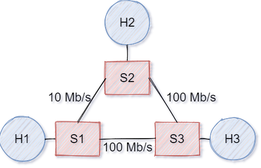
The draw.io diagram experiment_2/img/2021-01-06 task4-2.png in xxionhong/network_slice, before a commit. Source tidied: cells renumbered, new cells last; positions are measured from the earlier drawing's top-left corner, leaving out a move shared by most shapes. Its diagram source:
```xml
<mxGraphModel shadow="1">
  <root>
    <mxCell id="0" />
    <mxCell id="1" parent="0" />
    <mxCell id="2" value="H1" style="ellipse;whiteSpace=wrap;html=1;fontSize=22;shadow=0;sketch=1;fillColor=#dae8fc;strokeColor=#6c8ebf;" parent="1" vertex="1">
      <mxGeometry y="210" width="80" height="80" as="geometry" />
    </mxCell>
    <mxCell id="3" value="H2" style="ellipse;whiteSpace=wrap;html=1;fontSize=22;shadow=0;sketch=1;fillColor=#dae8fc;strokeColor=#6c8ebf;" parent="1" vertex="1">
      <mxGeometry x="190" width="80" height="80" as="geometry" />
    </mxCell>
    <mxCell id="4" value="S3" style="rounded=0;whiteSpace=wrap;html=1;fontSize=22;shadow=0;sketch=1;fillColor=#f8cecc;strokeColor=#b85450;" parent="1" vertex="1">
      <mxGeometry x="280" y="220" width="80" height="60" as="geometry" />
    </mxCell>
    <mxCell id="5" value="S1" style="rounded=0;whiteSpace=wrap;html=1;fontSize=22;shadow=0;sketch=1;fillColor=#f8cecc;strokeColor=#b85450;" parent="1" vertex="1">
      <mxGeometry x="100" y="220" width="80" height="60" as="geometry" />
    </mxCell>
    <mxCell id="6" value="S2" style="rounded=0;whiteSpace=wrap;html=1;fontSize=22;shadow=0;sketch=1;fillColor=#f8cecc;strokeColor=#b85450;" parent="1" vertex="1">
      <mxGeometry x="190" y="110" width="80" height="60" as="geometry" />
    </mxCell>
    <mxCell id="7" value="H3" style="ellipse;whiteSpace=wrap;html=1;fontSize=22;shadow=0;sketch=1;fillColor=#dae8fc;strokeColor=#6c8ebf;" parent="1" vertex="1">
      <mxGeometry x="380" y="210" width="80" height="80" as="geometry" />
    </mxCell>
    <mxCell id="8" style="endArrow=none;html=1;exitX=0.5;exitY=0;exitDx=0;exitDy=0;entryX=0;entryY=0.5;entryDx=0;entryDy=0;fontSize=22;shadow=0;sketch=1;" parent="1" edge="1" source="5" target="6">
      <mxGeometry relative="1" as="geometry" />
    </mxCell>
    <mxCell id="9" style="endArrow=none;html=1;exitX=1;exitY=0.5;exitDx=0;exitDy=0;entryX=0;entryY=0.5;entryDx=0;entryDy=0;fontSize=22;shadow=0;sketch=1;" parent="1" edge="1" source="5" target="4">
      <mxGeometry relative="1" as="geometry" />
    </mxCell>
    <mxCell id="10" style="endArrow=none;html=1;exitX=0.5;exitY=0;exitDx=0;exitDy=0;entryX=1;entryY=0.5;entryDx=0;entryDy=0;fontSize=22;shadow=0;sketch=1;" parent="1" edge="1" source="4" target="6">
      <mxGeometry relative="1" as="geometry" />
    </mxCell>
    <mxCell id="11" style="endArrow=none;html=1;entryX=0;entryY=0.5;entryDx=0;entryDy=0;fontSize=22;shadow=0;sketch=1;exitX=1;exitY=0.5;exitDx=0;exitDy=0;" parent="1" edge="1" source="4" target="7">
      <mxGeometry relative="1" as="geometry" />
    </mxCell>
    <mxCell id="12" style="endArrow=none;html=1;entryX=0;entryY=0.5;entryDx=0;entryDy=0;exitX=1;exitY=0.5;exitDx=0;exitDy=0;fontSize=22;shadow=0;sketch=1;" parent="1" edge="1" source="2" target="5">
      <mxGeometry relative="1" as="geometry" />
    </mxCell>
    <mxCell id="13" style="endArrow=none;html=1;entryX=0.5;entryY=0;entryDx=0;entryDy=0;fontSize=22;shadow=0;sketch=1;exitX=0.5;exitY=1;exitDx=0;exitDy=0;" parent="1" edge="1" source="3" target="6">
      <mxGeometry relative="1" as="geometry" />
    </mxCell>
    <mxCell id="14" value="&lt;div style=&quot;text-align: left&quot;&gt;&lt;span&gt;10 Mb/s&lt;/span&gt;&lt;/div&gt;" style="text;html=1;align=center;verticalAlign=middle;fontSize=22;" parent="1" vertex="1">
      <mxGeometry x="80" y="160" width="90" height="30" as="geometry" />
    </mxCell>
    <mxCell id="15" value="100 Mb/s" style="text;html=1;align=center;verticalAlign=middle;fontSize=22;" parent="1" vertex="1">
      <mxGeometry x="175" y="250" width="110" height="30" as="geometry" />
    </mxCell>
    <mxCell id="16" value="100 Mb/s" style="text;html=1;align=center;verticalAlign=middle;fontSize=22;" parent="1" vertex="1">
      <mxGeometry x="290" y="160" width="110" height="30" as="geometry" />
    </mxCell>
  </root>
</mxGraphModel>
```
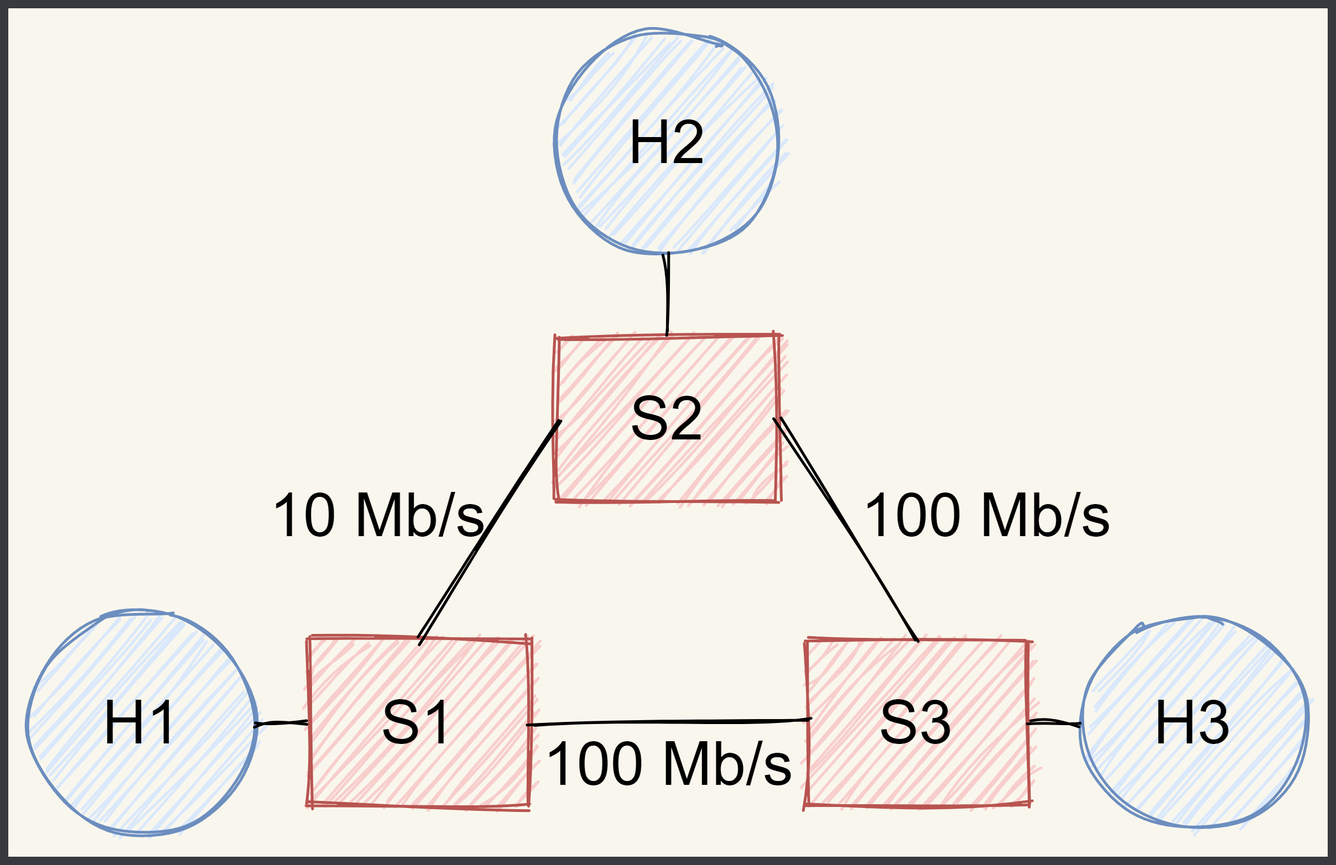
Later version of the same file.

Change to the diagram source:
```diff
@@ -1,7 +1,10 @@
-<mxGraphModel shadow="1">
+<mxGraphModel>
   <root>
     <mxCell id="0" />
     <mxCell id="1" parent="0" />
+    <mxCell id="17" style="group;fillColor=#f9f7ed;strokeColor=#36393d;strokeWidth=3;" parent="1" vertex="1">
+      <mxGeometry x="-10" y="-10" width="480" height="310" as="geometry" />
+    </mxCell>
     <mxCell id="2" value="H1" style="ellipse;whiteSpace=wrap;html=1;fontSize=22;shadow=0;sketch=1;fillColor=#dae8fc;strokeColor=#6c8ebf;" parent="1" vertex="1">
       <mxGeometry y="210" width="80" height="80" as="geometry" />
     </mxCell>
@@ -21,22 +24,22 @@
       <mxGeometry x="380" y="210" width="80" height="80" as="geometry" />
     </mxCell>
     <mxCell id="8" style="endArrow=none;html=1;exitX=0.5;exitY=0;exitDx=0;exitDy=0;entryX=0;entryY=0.5;entryDx=0;entryDy=0;fontSize=22;shadow=0;sketch=1;" parent="1" edge="1" source="5" target="6">
-      <mxGeometry relative="1" as="geometry" />
+      <mxGeometry x="170" y="90" as="geometry" />
     </mxCell>
     <mxCell id="9" style="endArrow=none;html=1;exitX=1;exitY=0.5;exitDx=0;exitDy=0;entryX=0;entryY=0.5;entryDx=0;entryDy=0;fontSize=22;shadow=0;sketch=1;" parent="1" edge="1" source="5" target="4">
-      <mxGeometry relative="1" as="geometry" />
+      <mxGeometry x="170" y="90" as="geometry" />
     </mxCell>
     <mxCell id="10" style="endArrow=none;html=1;exitX=0.5;exitY=0;exitDx=0;exitDy=0;entryX=1;entryY=0.5;entryDx=0;entryDy=0;fontSize=22;shadow=0;sketch=1;" parent="1" edge="1" source="4" target="6">
-      <mxGeometry relative="1" as="geometry" />
+      <mxGeometry x="170" y="90" as="geometry" />
     </mxCell>
     <mxCell id="11" style="endArrow=none;html=1;entryX=0;entryY=0.5;entryDx=0;entryDy=0;fontSize=22;shadow=0;sketch=1;exitX=1;exitY=0.5;exitDx=0;exitDy=0;" parent="1" edge="1" source="4" target="7">
-      <mxGeometry relative="1" as="geometry" />
+      <mxGeometry x="170" y="90" as="geometry" />
     </mxCell>
     <mxCell id="12" style="endArrow=none;html=1;entryX=0;entryY=0.5;entryDx=0;entryDy=0;exitX=1;exitY=0.5;exitDx=0;exitDy=0;fontSize=22;shadow=0;sketch=1;" parent="1" edge="1" source="2" target="5">
-      <mxGeometry relative="1" as="geometry" />
+      <mxGeometry x="170" y="90" as="geometry" />
     </mxCell>
     <mxCell id="13" style="endArrow=none;html=1;entryX=0.5;entryY=0;entryDx=0;entryDy=0;fontSize=22;shadow=0;sketch=1;exitX=0.5;exitY=1;exitDx=0;exitDy=0;" parent="1" edge="1" source="3" target="6">
-      <mxGeometry relative="1" as="geometry" />
+      <mxGeometry x="170" y="90" as="geometry" />
     </mxCell>
     <mxCell id="14" value="&lt;div style=&quot;text-align: left&quot;&gt;&lt;span&gt;10 Mb/s&lt;/span&gt;&lt;/div&gt;" style="text;html=1;align=center;verticalAlign=middle;fontSize=22;" parent="1" vertex="1">
       <mxGeometry x="80" y="160" width="90" height="30" as="geometry" />
```
